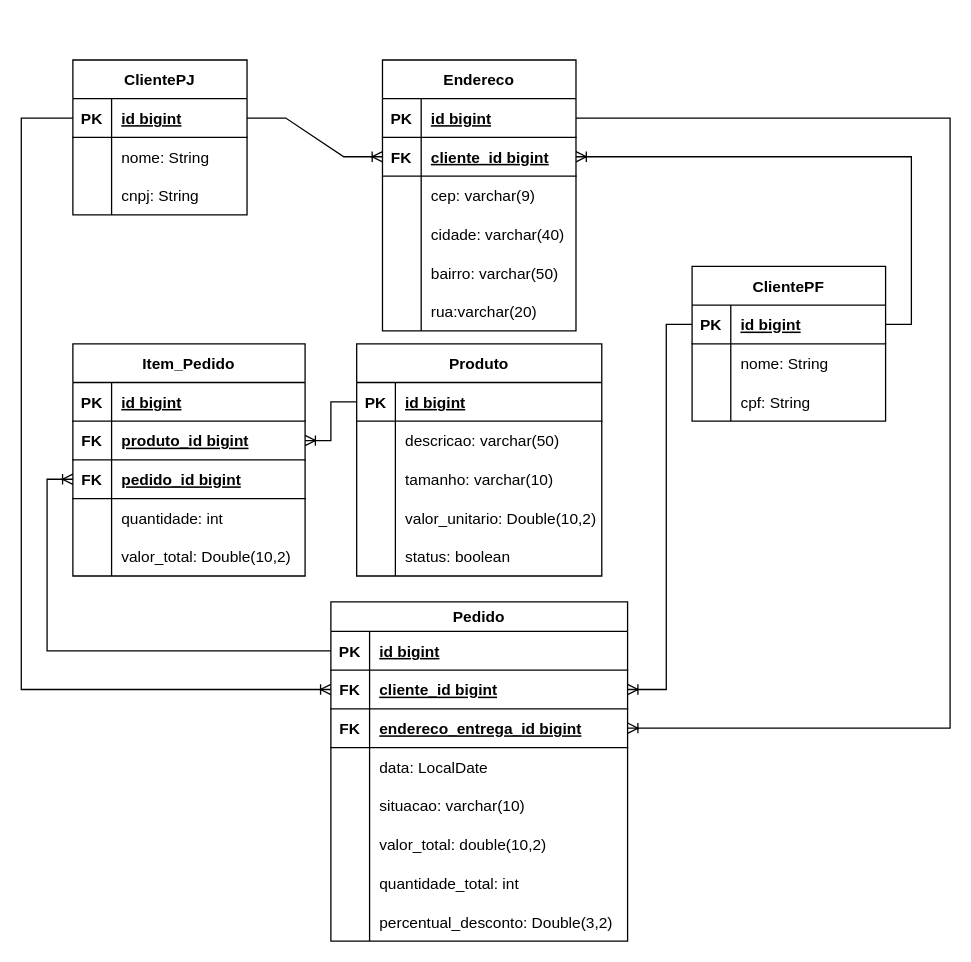
Above: outros-documentos/mer_atualizado.drawio in ambrosiaandrade/proway-vissemodas (draw.io), before the change. Source tidied: cells renumbered, new cells numbered last; positions are measured from the earlier drawing's top-left corner, leaving out a move shared by most shapes. Both pictures are drawn from the tidied source at 129%, with x=0, y=0 at pixel (4, 59).
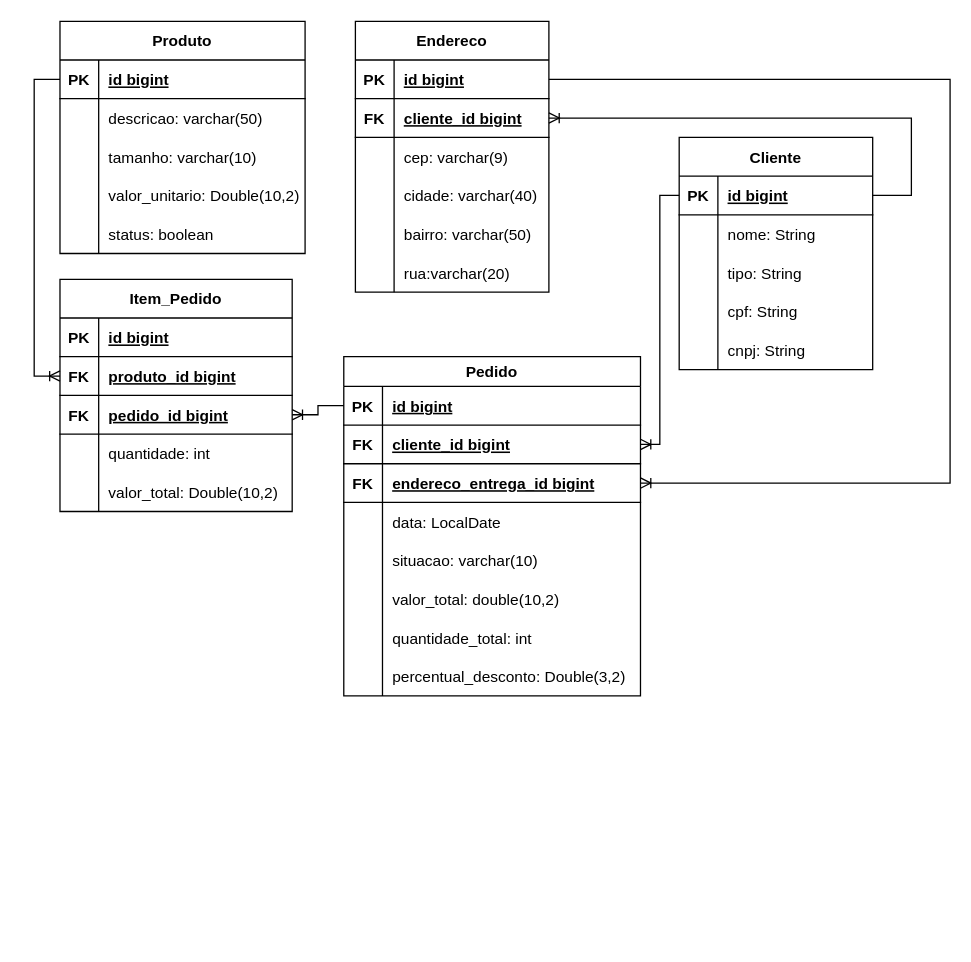
Above is the later version.

The change refers to these unchanged cells:
```xml
<mxCell id="3" style="shape=partialRectangle;fillColor=none;top=0;left=0;bottom=1;right=0;points=[[0,0.5],[1,0.5]];portConstraint=eastwest;" parent="2" vertex="1">
  <mxGeometry y="30" width="190" height="30" as="geometry" />
</mxCell>
<mxCell id="19" style="shape=partialRectangle;fillColor=none;top=0;left=0;bottom=1;right=0;points=[[0,0.5],[1,0.5]];portConstraint=eastwest;" parent="18" vertex="1">
  <mxGeometry y="23" width="230" height="30" as="geometry" />
</mxCell>
<mxCell id="22" style="shape=partialRectangle;fillColor=none;top=0;left=0;bottom=1;right=0;points=[[0,0.5],[1,0.5]];portConstraint=eastwest;" parent="18" vertex="1">
  <mxGeometry y="53" width="230" height="30" as="geometry" />
</mxCell>
<mxCell id="47" style="shape=partialRectangle;fillColor=none;top=0;left=0;bottom=1;right=0;points=[[0,0.5],[1,0.5]];portConstraint=eastwest;" parent="43" vertex="1">
  <mxGeometry y="60" width="180" height="30" as="geometry" />
</mxCell>
<mxCell id="50" style="shape=partialRectangle;fillColor=none;top=0;left=0;bottom=1;right=0;points=[[0,0.5],[1,0.5]];portConstraint=eastwest;" parent="43" vertex="1">
  <mxGeometry y="90" width="180" height="30" as="geometry" />
</mxCell>
<mxCell id="63" style="shape=partialRectangle;fillColor=none;top=0;left=0;bottom=1;right=0;points=[[0,0.5],[1,0.5]];portConstraint=eastwest;" parent="59" vertex="1">
  <mxGeometry y="60" width="150" height="30" as="geometry" />
</mxCell>
<mxCell id="84" style="shape=partialRectangle;fillColor=none;top=0;left=0;bottom=1;right=0;points=[[0,0.5],[1,0.5]];portConstraint=eastwest;" parent="83" vertex="1">
  <mxGeometry y="30" width="150" height="30" as="geometry" />
</mxCell>
```

Change to the diagram source:
```diff
@@
     <mxCell id="2" value="Produto" style="shape=table;startSize=30;childLayout=tableLayout;rowLines=0;fontStyle=1;align=center;" parent="1" vertex="1">
-      <mxGeometry x="273" y="220" width="190" height="180" as="geometry" />
+      <mxGeometry x="43" y="-30" width="190" height="180" as="geometry" />
     </mxCell>
@@
     <mxCell id="18" value="Pedido" style="shape=table;startSize=23;childLayout=tableLayout;rowLines=0;fontStyle=1;align=center;" parent="1" vertex="1">
-      <mxGeometry x="253" y="420" width="230" height="263" as="geometry" />
+      <mxGeometry x="263" y="230" width="230" height="263" as="geometry" />
     </mxCell>
@@
     <mxCell id="43" value="Item_Pedido" style="shape=table;startSize=30;childLayout=tableLayout;rowLines=0;fontStyle=1;align=center;" parent="1" vertex="1">
-      <mxGeometry x="53" y="220" width="180" height="180" as="geometry" />
+      <mxGeometry x="43" y="170" width="180" height="180" as="geometry" />
     </mxCell>
@@
     <mxCell id="59" value="Endereco" style="shape=table;startSize=30;childLayout=tableLayout;rowLines=0;fontStyle=1;align=center;" parent="1" vertex="1">
-      <mxGeometry x="293" width="150" height="210" as="geometry" />
+      <mxGeometry x="272" y="-30" width="150" height="210" as="geometry" />
     </mxCell>
@@
-    <mxCell id="78" style="edgeStyle=elbowEdgeStyle;fontSize=12;html=1;endArrow=ERoneToMany;rounded=0;exitX=0;exitY=0.5;exitDx=0;exitDy=0;elbow=vertical;entryX=0;entryY=0.5;entryDx=0;entryDy=0;" parent="1" edge="1" source="94" target="22">
-      <mxGeometry relative="1" as="geometry">
-        <Array as="points">
-          <mxPoint x="13" y="220" />
-          <mxPoint x="23" y="260" />
-          <mxPoint y="448" />
-          <mxPoint x="110" y="348" />
-          <mxPoint x="30" y="428" />
-          <mxPoint x="100" y="153" />
-          <mxPoint x="110" y="208" />
-          <mxPoint x="60" y="248" />
-          <mxPoint x="120" y="298" />
-        </Array>
-      </mxGeometry>
-    </mxCell>
@@
-    <mxCell id="80" style="edgeStyle=elbowEdgeStyle;fontSize=12;html=1;endArrow=ERoneToMany;rounded=0;exitX=0;exitY=0.5;exitDx=0;exitDy=0;" parent="1" edge="1" source="19" target="50">
-      <mxGeometry relative="1" as="geometry">
-        <Array as="points">
-          <mxPoint x="33" y="305" />
-        </Array>
-      </mxGeometry>
+    <mxCell id="80" style="edgeStyle=elbowEdgeStyle;fontSize=12;html=1;endArrow=ERoneToMany;rounded=0;exitX=0;exitY=0.5;exitDx=0;exitDy=0;entryX=1;entryY=0.5;entryDx=0;entryDy=0;" parent="1" edge="1" source="19" target="50">
+      <mxGeometry relative="1" as="geometry" />
     </mxCell>
-    <mxCell id="81" style="edgeStyle=orthogonalEdgeStyle;fontSize=12;html=1;endArrow=ERoneToMany;rounded=0;entryX=1;entryY=0.5;entryDx=0;entryDy=0;exitX=0;exitY=0.5;exitDx=0;exitDy=0;" parent="1" edge="1" source="3" target="47">
-      <mxGeometry relative="1" as="geometry" />
+    <mxCell id="81" style="edgeStyle=elbowEdgeStyle;fontSize=12;html=1;endArrow=ERoneToMany;rounded=0;entryX=0;entryY=0.5;entryDx=0;entryDy=0;exitX=0;exitY=0.5;exitDx=0;exitDy=0;" parent="1" edge="1" source="3" target="47">
+      <mxGeometry relative="1" as="geometry">
+        <Array as="points">
+          <mxPoint x="23" y="140" />
+        </Array>
+      </mxGeometry>
     </mxCell>
-    <mxCell id="82" style="edgeStyle=entityRelationEdgeStyle;fontSize=12;html=1;endArrow=ERoneToMany;rounded=0;exitX=1;exitY=0.5;exitDx=0;exitDy=0;" parent="1" edge="1" source="94" target="63">
-      <mxGeometry relative="1" as="geometry" />
-    </mxCell>
-    <mxCell id="83" value="ClientePF" style="shape=table;startSize=30;childLayout=tableLayout;rowLines=0;fontStyle=1;align=center;" parent="1" vertex="1">
-      <mxGeometry x="533" y="160" width="150" height="120" as="geometry" />
+    <mxCell id="83" value="Cliente" style="shape=table;startSize=30;childLayout=tableLayout;rowLines=0;fontStyle=1;align=center;" parent="1" vertex="1">
+      <mxGeometry x="523" y="60" width="150" height="180" as="geometry" />
     </mxCell>
@@
+    <mxCell id="105" style="shape=partialRectangle;fillColor=none;top=0;left=0;bottom=0;right=0;" parent="83" vertex="1">
+      <mxGeometry y="90" width="150" height="30" as="geometry" />
+    </mxCell>
+    <mxCell id="106" style="shape=partialRectangle;fillColor=none;top=0;left=0;bottom=0;right=0;overflow=hidden;" parent="105" vertex="1">
+      <mxGeometry width="30" height="30" as="geometry" />
+    </mxCell>
+    <mxCell id="107" value="tipo: String" style="shape=partialRectangle;fillColor=none;top=0;left=0;bottom=0;right=0;align=left;spacingLeft=6;overflow=hidden;" parent="105" vertex="1">
+      <mxGeometry x="30" width="120" height="30" as="geometry" />
+    </mxCell>
     <mxCell id="90" style="shape=partialRectangle;fillColor=none;top=0;left=0;bottom=0;right=0;" parent="83" vertex="1">
-      <mxGeometry y="90" width="150" height="30" as="geometry" />
+      <mxGeometry y="120" width="150" height="30" as="geometry" />
     </mxCell>
@@
-    <mxCell id="93" value="ClientePJ" style="shape=table;startSize=30;childLayout=tableLayout;rowLines=0;fontStyle=1;align=center;" parent="1" vertex="1">
-      <mxGeometry x="53" width="135" height="120" as="geometry" />
-    </mxCell>
-    <mxCell id="94" style="shape=partialRectangle;fillColor=none;top=0;left=0;bottom=1;right=0;points=[[0,0.5],[1,0.5]];portConstraint=eastwest;" parent="93" vertex="1">
-      <mxGeometry y="30" width="135" height="30" as="geometry" />
-    </mxCell>
-    <mxCell id="95" value="PK" style="shape=partialRectangle;fillColor=none;top=0;left=0;bottom=0;right=0;fontStyle=1;overflow=hidden;" parent="94" vertex="1">
-      <mxGeometry width="30" height="30" as="geometry" />
-    </mxCell>
-    <mxCell id="96" value="id bigint" style="shape=partialRectangle;fillColor=none;top=0;left=0;bottom=0;right=0;align=left;spacingLeft=6;fontStyle=5;overflow=hidden;" parent="94" vertex="1">
-      <mxGeometry x="30" width="105" height="30" as="geometry" />
-    </mxCell>
-    <mxCell id="97" style="shape=partialRectangle;fillColor=none;top=0;left=0;bottom=0;right=0;" parent="93" vertex="1">
-      <mxGeometry y="60" width="135" height="30" as="geometry" />
-    </mxCell>
-    <mxCell id="98" style="shape=partialRectangle;fillColor=none;top=0;left=0;bottom=0;right=0;overflow=hidden;" parent="97" vertex="1">
-      <mxGeometry width="30" height="30" as="geometry" />
-    </mxCell>
-    <mxCell id="99" value="nome: String" style="shape=partialRectangle;fillColor=none;top=0;left=0;bottom=0;right=0;align=left;spacingLeft=6;overflow=hidden;" parent="97" vertex="1">
-      <mxGeometry x="30" width="105" height="30" as="geometry" />
-    </mxCell>
-    <mxCell id="100" style="shape=partialRectangle;fillColor=none;top=0;left=0;bottom=0;right=0;" parent="93" vertex="1">
-      <mxGeometry y="90" width="135" height="30" as="geometry" />
-    </mxCell>
-    <mxCell id="101" style="shape=partialRectangle;fillColor=none;top=0;left=0;bottom=0;right=0;overflow=hidden;" parent="100" vertex="1">
-      <mxGeometry width="30" height="30" as="geometry" />
-    </mxCell>
+    <mxCell id="108" style="shape=partialRectangle;fillColor=none;top=0;left=0;bottom=0;right=0;" parent="83" vertex="1">
+      <mxGeometry y="150" width="150" height="30" as="geometry" />
+    </mxCell>
+    <mxCell id="109" style="shape=partialRectangle;fillColor=none;top=0;left=0;bottom=0;right=0;overflow=hidden;" parent="108" vertex="1">
+      <mxGeometry width="30" height="30" as="geometry" />
+    </mxCell>
-    <mxCell id="102" value="cnpj: String" style="shape=partialRectangle;fillColor=none;top=0;left=0;bottom=0;right=0;align=left;spacingLeft=6;overflow=hidden;" parent="100" vertex="1">
-      <mxGeometry x="30" width="105" height="30" as="geometry" />
+    <mxCell id="102" value="cnpj: String" style="shape=partialRectangle;fillColor=none;top=0;left=0;bottom=0;right=0;align=left;spacingLeft=6;overflow=hidden;" parent="108" vertex="1">
+      <mxGeometry x="30" width="120" height="30" as="geometry" />
     </mxCell>
@@
     <mxCell id="104" style="edgeStyle=elbowEdgeStyle;fontSize=12;html=1;endArrow=ERoneToMany;rounded=0;entryX=1;entryY=0.5;entryDx=0;entryDy=0;exitX=0;exitY=0.5;exitDx=0;exitDy=0;" parent="1" edge="1" source="84" target="22">
-      <mxGeometry relative="1" as="geometry">
-        <Array as="points">
-          <mxPoint x="513" y="350" />
-          <mxPoint x="493" y="290" />
-        </Array>
-      </mxGeometry>
+      <mxGeometry relative="1" as="geometry" />
     </mxCell>
```
